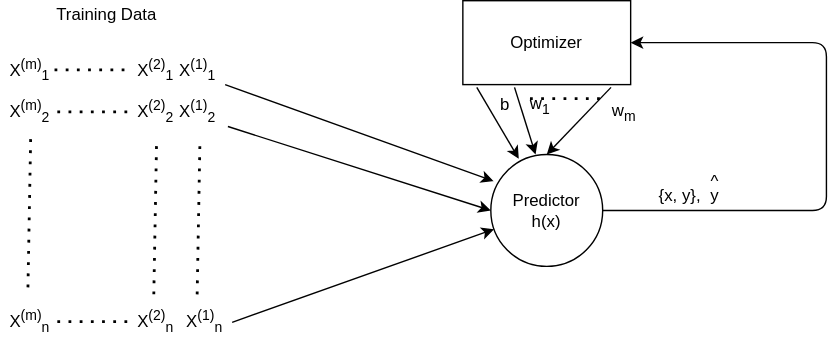
This is assets/images/supervised/M-training-network.svg from ronen567/just-the-docs, a draw.io export, as it was before one commit. Source tidied: cells renumbered, new cells last; positions are measured from the earlier drawing's top-left corner, leaving out a move shared by most shapes.
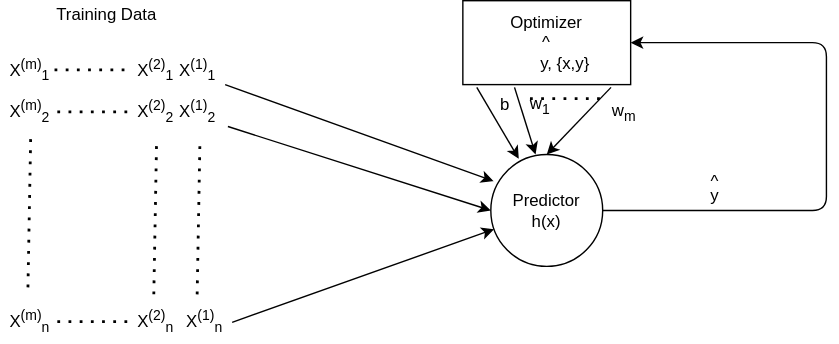
After the change.

Diff of the diagram source:
```diff
@@ -94,7 +94,7 @@
     <mxCell id="26" value="^" style="text;html=1;align=center;verticalAlign=middle;" parent="1" vertex="1">
       <mxGeometry x="500" y="120" width="20" height="20" as="geometry" />
     </mxCell>
-    <mxCell id="27" value="Optimizer" style="rounded=0;whiteSpace=wrap;html=1;" parent="1" vertex="1">
+    <mxCell id="27" value="Optimizer&lt;br&gt;&lt;span&gt;^&lt;br&gt;&amp;nbsp; &amp;nbsp; &amp;nbsp; &amp;nbsp; y, {x,y}&lt;br&gt;&lt;/span&gt;" style="rounded=0;whiteSpace=wrap;html=1;" parent="1" vertex="1">
       <mxGeometry x="330" width="120" height="60" as="geometry" />
     </mxCell>
     <mxCell id="28" style="endArrow=classic;html=1;exitX=0.083;exitY=1.033;exitDx=0;exitDy=0;exitPerimeter=0;entryX=0.25;entryY=0.038;entryDx=0;entryDy=0;entryPerimeter=0;" parent="1" edge="1" source="27" target="2">
@@ -112,9 +112,6 @@
         <mxPoint x="430" y="70" as="targetPoint" />
       </mxGeometry>
     </mxCell>
-    <mxCell id="32" value="{x, y}," style="text;html=1;align=center;verticalAlign=middle;" parent="1" vertex="1">
-      <mxGeometry x="460" y="130" width="50" height="20" as="geometry" />
-    </mxCell>
     <mxCell id="33" style="endArrow=classic;html=1;exitX=1;exitY=0.5;exitDx=0;exitDy=0;entryX=1;entryY=0.5;entryDx=0;entryDy=0;" parent="1" edge="1" source="2" target="27">
       <mxGeometry relative="1" as="geometry">
         <Array as="points">
```
